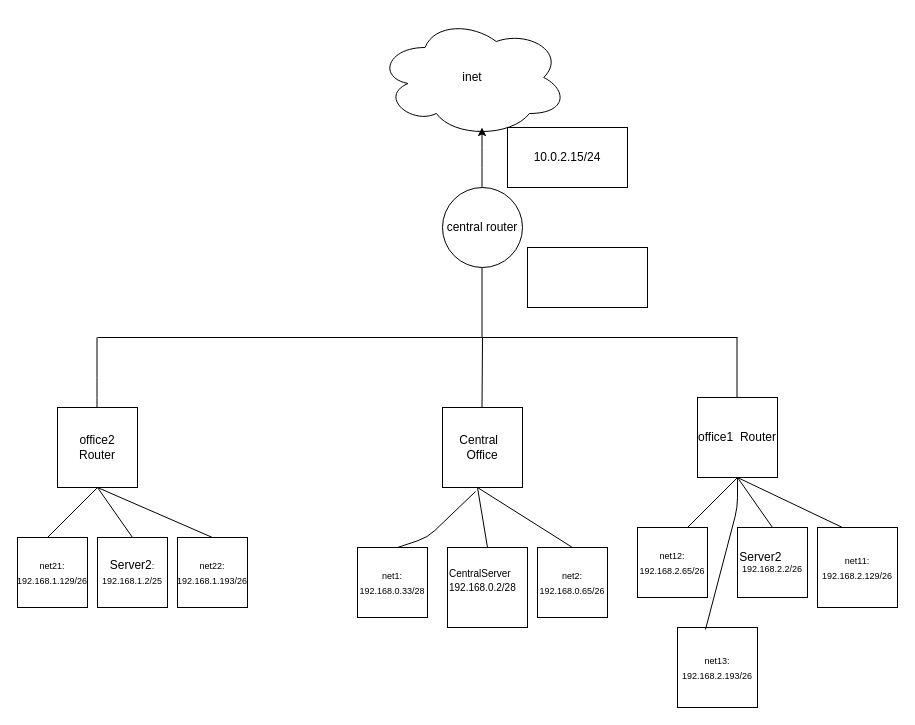
pogosyan-it/otus-linux keeps this draw.io diagram as Lesson_25_Network/Lessson_25.drawio. Above is the earlier version. Source tidied: cells renumbered, new cells numbered last; positions are measured from the earlier drawing's top-left corner, leaving out a move shared by most shapes. Both pictures are drawn from the tidied source at 100%, with x=0, y=0 at pixel (17, 17).
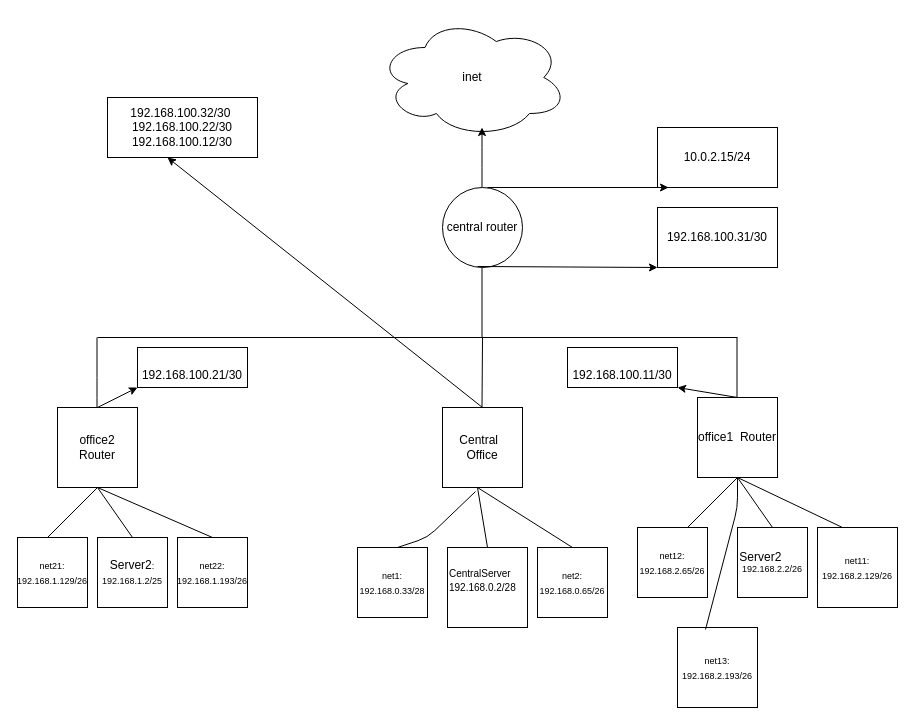
The same diagram, later.

Unchanged cells that the change refers to:
```xml
<mxCell id="11" value="Central&amp;nbsp;&amp;nbsp; Office" style="whiteSpace=wrap;html=1;" parent="1" vertex="1">
  <mxGeometry x="425" y="390" width="80" height="80" as="geometry" />
</mxCell>
```

Change to the diagram source:
```diff
@@
     <mxCell id="33" value="10.0.2.15/24" style="whiteSpace=wrap;html=1;" parent="1" vertex="1">
-      <mxGeometry x="490" y="110" width="120" height="60" as="geometry" />
+      <mxGeometry x="640" y="110" width="120" height="60" as="geometry" />
     </mxCell>
-    <mxCell id="34" style="whiteSpace=wrap;html=1;" parent="1" vertex="1">
-      <mxGeometry x="510" y="230" width="120" height="60" as="geometry" />
+    <mxCell id="34" value="192.168.100.31/30" style="whiteSpace=wrap;html=1;" parent="1" vertex="1">
+      <mxGeometry x="640" y="190" width="120" height="60" as="geometry" />
     </mxCell>
+    <mxCell id="35" style="endArrow=classic;html=1;entryX=0;entryY=1;entryDx=0;entryDy=0;" parent="1" edge="1" target="34">
+      <mxGeometry relative="1" as="geometry">
+        <mxPoint x="460" y="249" as="sourcePoint" />
+      </mxGeometry>
+    </mxCell>
+    <mxCell id="36" style="endArrow=classic;html=1;entryX=0.092;entryY=1;entryDx=0;entryDy=0;entryPerimeter=0;" parent="1" edge="1" target="33">
+      <mxGeometry relative="1" as="geometry">
+        <mxPoint x="470" y="170" as="sourcePoint" />
+      </mxGeometry>
+    </mxCell>
+    <mxCell id="37" style="endArrow=classic;html=1;exitX=0.5;exitY=0;exitDx=0;exitDy=0;" parent="1" edge="1" source="11">
+      <mxGeometry relative="1" as="geometry">
+        <mxPoint x="150" y="140" as="targetPoint" />
+      </mxGeometry>
+    </mxCell>
+    <mxCell id="38" value="192.168.100.32/30&amp;nbsp; 192.168.100.22/30 192.168.100.12/30" style="rounded=0;whiteSpace=wrap;html=1;" parent="1" vertex="1">
+      <mxGeometry x="90" y="80" width="150" height="60" as="geometry" />
+    </mxCell>
+    <mxCell id="39" value="&lt;br&gt;192.168.100.21/30&lt;br&gt;" style="rounded=0;whiteSpace=wrap;html=1;" parent="1" vertex="1">
+      <mxGeometry x="120" y="330" width="110" height="40" as="geometry" />
+    </mxCell>
+    <mxCell id="40" style="endArrow=classic;html=1;entryX=0;entryY=1;entryDx=0;entryDy=0;" parent="1" edge="1" target="39">
+      <mxGeometry relative="1" as="geometry">
+        <mxPoint x="80" y="390" as="sourcePoint" />
+      </mxGeometry>
+    </mxCell>
+    <mxCell id="41" value="&lt;br&gt;192.168.100.11/30&lt;br&gt;" style="rounded=0;whiteSpace=wrap;html=1;" parent="1" vertex="1">
+      <mxGeometry x="550" y="330" width="110" height="40" as="geometry" />
+    </mxCell>
+    <mxCell id="42" style="endArrow=classic;html=1;entryX=1;entryY=1;entryDx=0;entryDy=0;" parent="1" edge="1" target="41">
+      <mxGeometry relative="1" as="geometry">
+        <mxPoint x="720" y="380" as="sourcePoint" />
+      </mxGeometry>
+    </mxCell>
```
